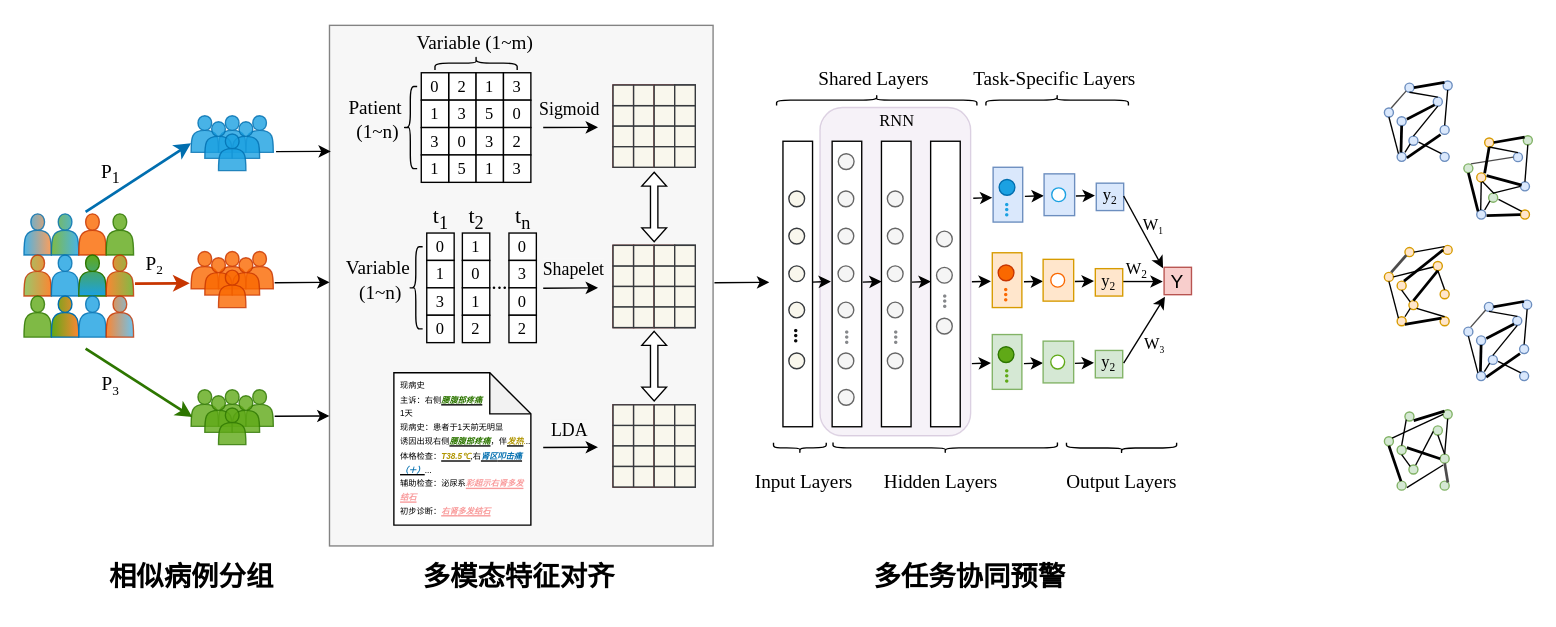
Above: 研究方法1.drawio in wednesday1111/FIB-4 (draw.io), before the change. Source tidied: cells renumbered, new cells numbered last; positions are measured from the earlier drawing's top-left corner, leaving out a move shared by most shapes. Both pictures are drawn from the tidied source at 137%, with x=0, y=0 at pixel (23, -1).
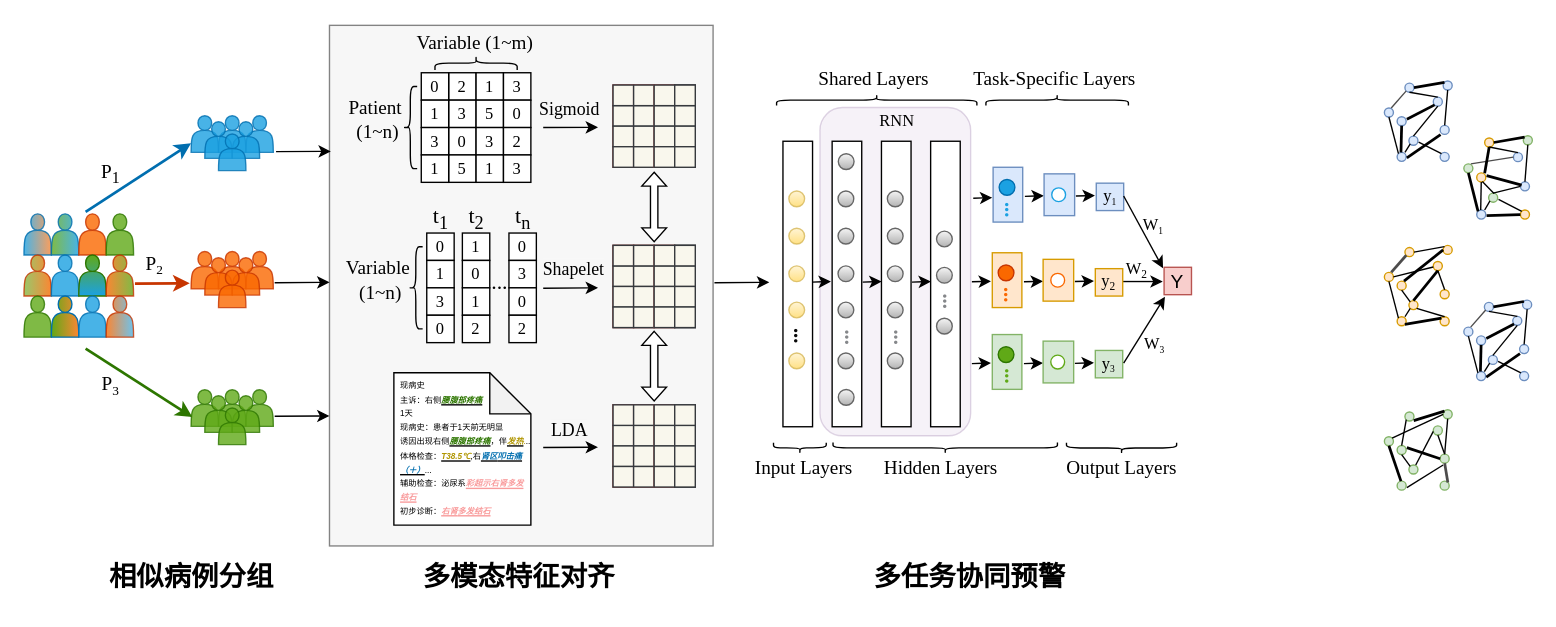
After the change.

Commit message (it also covers changes not shown here):
更新研究方法1.drawio

What changed in the source:
```diff
@@
     <mxCell id="188" value="&lt;font style=&quot;font-size: 14px;&quot; face=&quot;Times New Roman&quot;&gt;Input Layers&lt;/font&gt;" style="text;html=1;align=center;verticalAlign=middle;strokeColor=none;fillColor=none;" parent="1" vertex="1">
-      <mxGeometry x="524" y="338.4" width="90" height="30" as="geometry" />
+      <mxGeometry x="524" y="328.4" width="90" height="30" as="geometry" />
     </mxCell>
     <mxCell id="189" value="&lt;font style=&quot;font-size: 14px;&quot; face=&quot;Times New Roman&quot;&gt;Hidden Layers&lt;/font&gt;" style="text;html=1;align=center;verticalAlign=middle;strokeColor=none;fillColor=none;" parent="1" vertex="1">
-      <mxGeometry x="614" y="338.4" width="110" height="30" as="geometry" />
+      <mxGeometry x="614" y="328.4" width="110" height="30" as="geometry" />
     </mxCell>
     <mxCell id="190" value="&lt;font style=&quot;font-size: 14px;&quot; face=&quot;Times New Roman&quot;&gt;Output Layers&lt;/font&gt;" style="text;html=1;align=center;verticalAlign=middle;strokeColor=none;fillColor=none;" parent="1" vertex="1">
-      <mxGeometry x="751.1" y="337.6" width="100" height="30" as="geometry" />
+      <mxGeometry x="751.1" y="327.6" width="100" height="30" as="geometry" />
     </mxCell>
@@
-    <mxCell id="242" style="ellipse;whiteSpace=wrap;html=1;fillColor=#f5f5f5;strokeColor=#666666;fontColor=#333333;" parent="1" vertex="1">
+    <mxCell id="242" style="ellipse;whiteSpace=wrap;html=1;fillColor=#f5f5f5;strokeColor=#666666;gradientColor=#b3b3b3;" parent="1" vertex="1">
       <mxGeometry x="594.2" y="139.9" width="11.5" height="11.5" as="geometry" />
     </mxCell>
-    <mxCell id="243" style="ellipse;whiteSpace=wrap;html=1;fillColor=#f5f5f5;strokeColor=#666666;fontColor=#333333;" parent="1" vertex="1">
+    <mxCell id="243" style="ellipse;whiteSpace=wrap;html=1;fillColor=#f5f5f5;strokeColor=#666666;gradientColor=#b3b3b3;" parent="1" vertex="1">
       <mxGeometry x="594.2" y="167.1" width="11.5" height="11.5" as="geometry" />
     </mxCell>
-    <mxCell id="244" style="ellipse;whiteSpace=wrap;html=1;fillColor=#f5f5f5;strokeColor=#666666;fontColor=#333333;" parent="1" vertex="1">
+    <mxCell id="244" style="ellipse;whiteSpace=wrap;html=1;fillColor=#f5f5f5;strokeColor=#666666;gradientColor=#b3b3b3;" parent="1" vertex="1">
       <mxGeometry x="594.2" y="194.6" width="11.5" height="11.5" as="geometry" />
     </mxCell>
-    <mxCell id="245" style="ellipse;whiteSpace=wrap;html=1;fillColor=#f5f5f5;strokeColor=#666666;fontColor=#333333;" parent="1" vertex="1">
+    <mxCell id="245" style="ellipse;whiteSpace=wrap;html=1;fillColor=#f5f5f5;strokeColor=#666666;gradientColor=#b3b3b3;" parent="1" vertex="1">
       <mxGeometry x="594.2" y="221" width="11.5" height="11.5" as="geometry" />
     </mxCell>
-    <mxCell id="246" style="ellipse;whiteSpace=wrap;html=1;fillColor=#f5f5f5;strokeColor=#666666;fontColor=#333333;" parent="1" vertex="1">
+    <mxCell id="246" style="ellipse;whiteSpace=wrap;html=1;fillColor=#f5f5f5;strokeColor=#666666;gradientColor=#b3b3b3;" parent="1" vertex="1">
       <mxGeometry x="594.2" y="258.2" width="11.5" height="11.5" as="geometry" />
     </mxCell>
@@
-    <mxCell id="248" style="ellipse;whiteSpace=wrap;html=1;fillColor=#f5f5f5;strokeColor=#666666;fontColor=#333333;" parent="1" vertex="1">
+    <mxCell id="248" style="ellipse;whiteSpace=wrap;html=1;fillColor=#f5f5f5;strokeColor=#666666;gradientColor=#b3b3b3;" parent="1" vertex="1">
       <mxGeometry x="594.4" y="284.8" width="11.5" height="11.5" as="geometry" />
     </mxCell>
-    <mxCell id="249" style="ellipse;whiteSpace=wrap;html=1;fillColor=#f5f5f5;fontColor=#333333;strokeColor=#666666;" parent="1" vertex="1">
+    <mxCell id="249" style="ellipse;whiteSpace=wrap;html=1;fillColor=#f5f5f5;strokeColor=#666666;gradientColor=#b3b3b3;" parent="1" vertex="1">
       <mxGeometry x="594.4" y="112.7" width="11.5" height="11.5" as="geometry" />
     </mxCell>
@@
-    <mxCell id="251" style="ellipse;whiteSpace=wrap;html=1;fillColor=#f5f5f5;strokeColor=#666666;fontColor=#333333;" parent="1" vertex="1">
+    <mxCell id="251" style="ellipse;whiteSpace=wrap;html=1;fillColor=#f5f5f5;strokeColor=#666666;gradientColor=#b3b3b3;" parent="1" vertex="1">
       <mxGeometry x="630.2" y="139.9" width="11.5" height="11.5" as="geometry" />
     </mxCell>
-    <mxCell id="252" style="ellipse;whiteSpace=wrap;html=1;fillColor=#f5f5f5;strokeColor=#666666;fontColor=#333333;" parent="1" vertex="1">
+    <mxCell id="252" style="ellipse;whiteSpace=wrap;html=1;fillColor=#f5f5f5;strokeColor=#666666;gradientColor=#b3b3b3;" parent="1" vertex="1">
       <mxGeometry x="630.2" y="167.1" width="11.5" height="11.5" as="geometry" />
     </mxCell>
-    <mxCell id="253" style="ellipse;whiteSpace=wrap;html=1;fillColor=#f5f5f5;strokeColor=#666666;fontColor=#333333;" parent="1" vertex="1">
+    <mxCell id="253" style="ellipse;whiteSpace=wrap;html=1;fillColor=#f5f5f5;strokeColor=#666666;gradientColor=#b3b3b3;" parent="1" vertex="1">
       <mxGeometry x="630.2" y="194.6" width="11.5" height="11.5" as="geometry" />
     </mxCell>
-    <mxCell id="254" style="ellipse;whiteSpace=wrap;html=1;fillColor=#f5f5f5;strokeColor=#666666;fontColor=#333333;" parent="1" vertex="1">
+    <mxCell id="254" style="ellipse;whiteSpace=wrap;html=1;fillColor=#f5f5f5;strokeColor=#666666;gradientColor=#b3b3b3;" parent="1" vertex="1">
       <mxGeometry x="630.2" y="221" width="11.5" height="11.5" as="geometry" />
     </mxCell>
-    <mxCell id="255" style="ellipse;whiteSpace=wrap;html=1;fillColor=#f5f5f5;strokeColor=#666666;fontColor=#333333;" parent="1" vertex="1">
+    <mxCell id="255" style="ellipse;whiteSpace=wrap;html=1;fillColor=#f5f5f5;strokeColor=#666666;gradientColor=#b3b3b3;" parent="1" vertex="1">
       <mxGeometry x="630.2" y="258.2" width="11.5" height="11.5" as="geometry" />
     </mxCell>
@@
-    <mxCell id="258" style="ellipse;whiteSpace=wrap;html=1;fillColor=#f5f5f5;strokeColor=#666666;fontColor=#333333;" parent="1" vertex="1">
+    <mxCell id="258" style="ellipse;whiteSpace=wrap;html=1;fillColor=#f5f5f5;strokeColor=#666666;gradientColor=#b3b3b3;" parent="1" vertex="1">
       <mxGeometry x="666.1" y="169.2" width="11.5" height="11.5" as="geometry" />
     </mxCell>
-    <mxCell id="259" style="ellipse;whiteSpace=wrap;html=1;fillColor=#f5f5f5;strokeColor=#666666;fontColor=#333333;" parent="1" vertex="1">
+    <mxCell id="259" style="ellipse;whiteSpace=wrap;html=1;fillColor=#f5f5f5;strokeColor=#666666;gradientColor=#b3b3b3;" parent="1" vertex="1">
       <mxGeometry x="666.1" y="195.7" width="11.5" height="11.5" as="geometry" />
     </mxCell>
-    <mxCell id="260" style="ellipse;whiteSpace=wrap;html=1;fillColor=#f5f5f5;strokeColor=#666666;fontColor=#333333;" parent="1" vertex="1">
+    <mxCell id="260" style="ellipse;whiteSpace=wrap;html=1;fillColor=#f5f5f5;strokeColor=#666666;gradientColor=#b3b3b3;" parent="1" vertex="1">
       <mxGeometry x="666.1" y="232.8" width="11.5" height="11.5" as="geometry" />
     </mxCell>
@@
-    <mxCell id="271" style="ellipse;whiteSpace=wrap;html=1;fillColor=#f9f7ed;strokeColor=#36393d;" parent="1" vertex="1">
+    <mxCell id="271" style="ellipse;whiteSpace=wrap;html=1;fillColor=#fff2cc;strokeColor=#d6b656;gradientColor=#ffd966;opacity=80;" parent="1" vertex="1">
       <mxGeometry x="558.3" y="139.9" width="11.5" height="11.5" as="geometry" />
     </mxCell>
-    <mxCell id="272" style="ellipse;whiteSpace=wrap;html=1;fillColor=#f9f7ed;strokeColor=#36393d;" parent="1" vertex="1">
+    <mxCell id="272" style="ellipse;whiteSpace=wrap;html=1;fillColor=#fff2cc;strokeColor=#d6b656;gradientColor=#ffd966;opacity=80;" parent="1" vertex="1">
       <mxGeometry x="558.3" y="167.1" width="11.5" height="11.5" as="geometry" />
     </mxCell>
-    <mxCell id="273" style="ellipse;whiteSpace=wrap;html=1;fillColor=#f9f7ed;strokeColor=#36393d;" parent="1" vertex="1">
+    <mxCell id="273" style="ellipse;whiteSpace=wrap;html=1;fillColor=#fff2cc;strokeColor=#d6b656;gradientColor=#ffd966;opacity=80;" parent="1" vertex="1">
       <mxGeometry x="558.3" y="194.6" width="11.5" height="11.5" as="geometry" />
     </mxCell>
-    <mxCell id="274" style="ellipse;whiteSpace=wrap;html=1;fillColor=#f9f7ed;strokeColor=#36393d;" parent="1" vertex="1">
+    <mxCell id="274" style="ellipse;whiteSpace=wrap;html=1;fillColor=#fff2cc;strokeColor=#d6b656;gradientColor=#ffd966;opacity=80;" parent="1" vertex="1">
       <mxGeometry x="558.3" y="221" width="11.5" height="11.5" as="geometry" />
     </mxCell>
-    <mxCell id="275" style="ellipse;whiteSpace=wrap;html=1;fillColor=#f9f7ed;strokeColor=#36393d;" parent="1" vertex="1">
+    <mxCell id="275" style="ellipse;whiteSpace=wrap;html=1;fillColor=#fff2cc;strokeColor=#d6b656;gradientColor=#ffd966;opacity=80;" parent="1" vertex="1">
       <mxGeometry x="558.3" y="258.2" width="11.5" height="11.5" as="geometry" />
     </mxCell>
@@
-    <mxCell id="290" value="&lt;font face=&quot;Times New Roman&quot;&gt;y&lt;span style=&quot;font-size: 10px;&quot;&gt;&lt;sub&gt;2&lt;/sub&gt;&lt;/span&gt;&lt;/font&gt;" style="rounded=0;whiteSpace=wrap;html=1;fillColor=#d5e8d4;strokeColor=#82b366;" parent="1" vertex="1">
+    <mxCell id="290" value="&lt;font face=&quot;Times New Roman&quot;&gt;y&lt;span style=&quot;font-size: 8.33333px;&quot;&gt;&lt;sub&gt;3&lt;/sub&gt;&lt;/span&gt;&lt;/font&gt;" style="rounded=0;whiteSpace=wrap;html=1;fillColor=#d5e8d4;strokeColor=#82b366;" parent="1" vertex="1">
       <mxGeometry x="782" y="256.3" width="20" height="20" as="geometry" />
     </mxCell>
@@
-    <mxCell id="298" value="&lt;font face=&quot;Times New Roman&quot;&gt;y&lt;span style=&quot;font-size: 10px;&quot;&gt;&lt;sub&gt;2&lt;/sub&gt;&lt;/span&gt;&lt;/font&gt;" style="rounded=0;whiteSpace=wrap;html=1;fillColor=#dae8fc;strokeColor=#6c8ebf;" parent="1" vertex="1">
+    <mxCell id="298" value="&lt;font face=&quot;Times New Roman&quot;&gt;y&lt;span style=&quot;font-size: 8.33333px;&quot;&gt;&lt;sub&gt;1&lt;/sub&gt;&lt;/span&gt;&lt;/font&gt;" style="rounded=0;whiteSpace=wrap;html=1;fillColor=#dae8fc;strokeColor=#6c8ebf;" parent="1" vertex="1">
       <mxGeometry x="782.7" y="134.2" width="20" height="20" as="geometry" />
     </mxCell>
```
